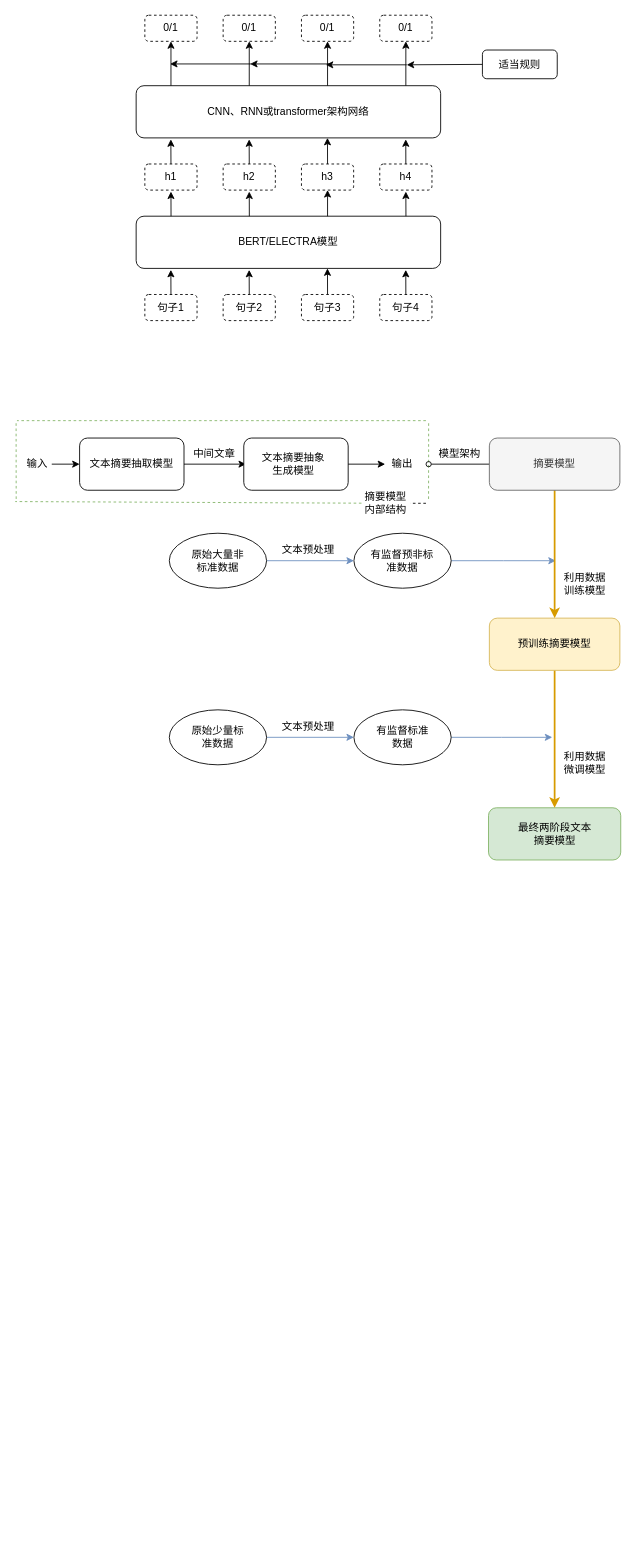
Before: 抽取模型架构.drawio in wan-wer/test, a draw.io diagram. Source tidied: cells renumbered, new cells numbered last; positions are measured from the earlier drawing's top-left corner, leaving out a move shared by most shapes. Both pictures are drawn from the tidied source at 87%, with x=0, y=0 at pixel (15, 15).
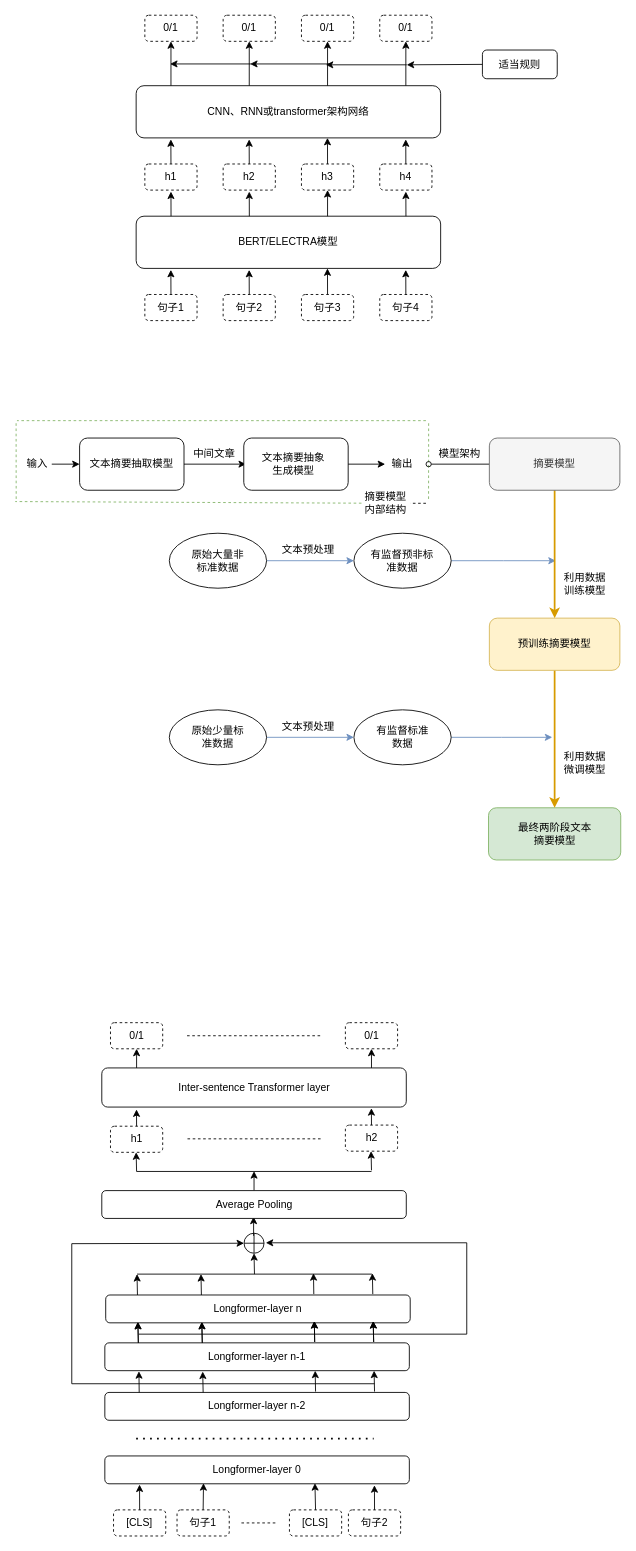
After the change.

Commit message:
更新抽取模型架构.drawio

Diff of the diagram source:
```diff
@@
+    <mxCell id="78" value="Longformer-layer 0" style="rounded=1;whiteSpace=wrap;html=1;" parent="1" vertex="1">
+      <mxGeometry x="103" y="1656" width="350" height="32" as="geometry" />
+    </mxCell>
+    <mxCell id="79" value="Inter-sentence Transformer layer" style="rounded=1;whiteSpace=wrap;html=1;" parent="1" vertex="1">
+      <mxGeometry x="99.5" y="1210" width="350" height="45" as="geometry" />
+    </mxCell>
+    <mxCell id="80" value="[CLS]" style="text;html=1;strokeColor=default;fillColor=none;align=center;verticalAlign=middle;whiteSpace=wrap;rounded=1;dashed=1;" parent="1" vertex="1">
+      <mxGeometry x="113" y="1718" width="60" height="30" as="geometry" />
+    </mxCell>
+    <mxCell id="81" style="endArrow=classic;html=1;rounded=0;exitX=0.5;exitY=0;exitDx=0;exitDy=0;entryX=0.114;entryY=1.028;entryDx=0;entryDy=0;entryPerimeter=0;" parent="1" edge="1" source="80" target="78">
+      <mxGeometry relative="1" as="geometry" />
+    </mxCell>
+    <mxCell id="82" value="句子1" style="text;html=1;strokeColor=default;fillColor=none;align=center;verticalAlign=middle;whiteSpace=wrap;rounded=1;dashed=1;" parent="1" vertex="1">
+      <mxGeometry x="186" y="1718" width="60" height="30" as="geometry" />
+    </mxCell>
+    <mxCell id="83" style="endArrow=classic;html=1;rounded=0;exitX=0.5;exitY=0;exitDx=0;exitDy=0;entryX=0.324;entryY=0.979;entryDx=0;entryDy=0;entryPerimeter=0;" parent="1" edge="1" source="82" target="78">
+      <mxGeometry relative="1" as="geometry" />
+    </mxCell>
+    <mxCell id="84" value="[CLS]" style="text;html=1;strokeColor=default;fillColor=none;align=center;verticalAlign=middle;whiteSpace=wrap;rounded=1;dashed=1;" parent="1" vertex="1">
+      <mxGeometry x="315.2" y="1718" width="60" height="30" as="geometry" />
+    </mxCell>
+    <mxCell id="85" style="endArrow=classic;html=1;rounded=0;exitX=0.5;exitY=0;exitDx=0;exitDy=0;entryX=0.69;entryY=0.979;entryDx=0;entryDy=0;entryPerimeter=0;" parent="1" edge="1" source="84" target="78">
+      <mxGeometry relative="1" as="geometry" />
+    </mxCell>
+    <mxCell id="86" value="句子2" style="text;html=1;strokeColor=default;fillColor=none;align=center;verticalAlign=middle;whiteSpace=wrap;rounded=1;dashed=1;" parent="1" vertex="1">
+      <mxGeometry x="383" y="1718" width="60" height="30" as="geometry" />
+    </mxCell>
+    <mxCell id="87" style="endArrow=classic;html=1;rounded=0;exitX=0.5;exitY=0;exitDx=0;exitDy=0;entryX=0.114;entryY=1.028;entryDx=0;entryDy=0;entryPerimeter=0;" parent="1" edge="1" source="86">
+      <mxGeometry relative="1" as="geometry">
+        <mxPoint x="412.9" y="1689.7" as="targetPoint" />
+      </mxGeometry>
+    </mxCell>
+    <mxCell id="88" value="h1" style="text;html=1;strokeColor=default;fillColor=none;align=center;verticalAlign=middle;whiteSpace=wrap;rounded=1;dashed=1;" parent="1" vertex="1">
+      <mxGeometry x="109.5" y="1277" width="60" height="30" as="geometry" />
+    </mxCell>
+    <mxCell id="89" style="endArrow=classic;html=1;rounded=0;exitX=0.5;exitY=0;exitDx=0;exitDy=0;entryX=0.114;entryY=1.028;entryDx=0;entryDy=0;entryPerimeter=0;" parent="1" edge="1" source="88">
+      <mxGeometry relative="1" as="geometry">
+        <mxPoint x="139.4" y="1257.7" as="targetPoint" />
+      </mxGeometry>
+    </mxCell>
+    <mxCell id="90" style="endArrow=classic;html=1;rounded=0;entryX=0.114;entryY=1.028;entryDx=0;entryDy=0;entryPerimeter=0;" parent="1" edge="1">
+      <mxGeometry relative="1" as="geometry">
+        <mxPoint x="139.5" y="1329" as="sourcePoint" />
+        <mxPoint x="139" y="1307" as="targetPoint" />
+      </mxGeometry>
+    </mxCell>
+    <mxCell id="91" value="0/1" style="text;html=1;strokeColor=default;fillColor=none;align=center;verticalAlign=middle;whiteSpace=wrap;rounded=1;dashed=1;" parent="1" vertex="1">
+      <mxGeometry x="109.5" y="1158" width="60" height="30" as="geometry" />
+    </mxCell>
+    <mxCell id="92" value="0/1" style="text;html=1;strokeColor=default;fillColor=none;align=center;verticalAlign=middle;whiteSpace=wrap;rounded=1;dashed=1;" parent="1" vertex="1">
+      <mxGeometry x="379.5" y="1158" width="60" height="30" as="geometry" />
+    </mxCell>
+    <mxCell id="93" style="endArrow=classic;html=1;rounded=0;exitX=0.5;exitY=0;exitDx=0;exitDy=0;entryX=0.5;entryY=1;entryDx=0;entryDy=0;" parent="1" edge="1" target="91">
+      <mxGeometry relative="1" as="geometry">
+        <mxPoint x="139.5" y="1210" as="sourcePoint" />
+      </mxGeometry>
+    </mxCell>
+    <mxCell id="94" style="endArrow=classic;html=1;rounded=0;exitX=0.5;exitY=0;exitDx=0;exitDy=0;entryX=0.5;entryY=1;entryDx=0;entryDy=0;" parent="1" edge="1" target="92">
+      <mxGeometry relative="1" as="geometry">
+        <mxPoint x="409.5" y="1210" as="sourcePoint" />
+      </mxGeometry>
+    </mxCell>
+    <mxCell id="95" style="endArrow=none;dashed=1;html=1;rounded=0;" parent="1" edge="1">
+      <mxGeometry relative="1" as="geometry">
+        <mxPoint x="260" y="1733" as="sourcePoint" />
+        <mxPoint x="299" y="1733" as="targetPoint" />
+      </mxGeometry>
+    </mxCell>
+    <mxCell id="96" value="Longformer-layer n-2" style="rounded=1;whiteSpace=wrap;html=1;" parent="1" vertex="1">
+      <mxGeometry x="103" y="1583" width="350" height="32" as="geometry" />
+    </mxCell>
+    <mxCell id="97" value="Longformer-layer n-1" style="rounded=1;whiteSpace=wrap;html=1;" parent="1" vertex="1">
+      <mxGeometry x="103" y="1526" width="350" height="32" as="geometry" />
+    </mxCell>
+    <mxCell id="98" value="Longformer-layer n" style="rounded=1;whiteSpace=wrap;html=1;" parent="1" vertex="1">
+      <mxGeometry x="104" y="1471" width="350" height="32" as="geometry" />
+    </mxCell>
+    <mxCell id="99" style="endArrow=none;dashed=1;html=1;dashPattern=1 3;strokeWidth=2;rounded=0;" parent="1" edge="1">
+      <mxGeometry relative="1" as="geometry">
+        <mxPoint x="139" y="1636" as="sourcePoint" />
+        <mxPoint x="412" y="1636" as="targetPoint" />
+      </mxGeometry>
+    </mxCell>
+    <mxCell id="100" style="endArrow=classic;html=1;rounded=0;exitX=0.5;exitY=0;exitDx=0;exitDy=0;entryX=0.112;entryY=1.021;entryDx=0;entryDy=0;entryPerimeter=0;" parent="1" edge="1" target="97">
+      <mxGeometry relative="1" as="geometry">
+        <mxPoint x="142.5" y="1583" as="sourcePoint" />
+      </mxGeometry>
+    </mxCell>
+    <mxCell id="101" style="endArrow=classic;html=1;rounded=0;exitX=0.5;exitY=0;exitDx=0;exitDy=0;entryX=0.112;entryY=1.021;entryDx=0;entryDy=0;entryPerimeter=0;" parent="1" edge="1">
+      <mxGeometry relative="1" as="geometry">
+        <mxPoint x="216" y="1583" as="sourcePoint" />
+        <mxPoint x="215.5" y="1559" as="targetPoint" />
+      </mxGeometry>
+    </mxCell>
+    <mxCell id="102" style="endArrow=classic;html=1;rounded=0;exitX=0.5;exitY=0;exitDx=0;exitDy=0;entryX=0.112;entryY=1.021;entryDx=0;entryDy=0;entryPerimeter=0;" parent="1" edge="1">
+      <mxGeometry relative="1" as="geometry">
+        <mxPoint x="345.2" y="1582" as="sourcePoint" />
+        <mxPoint x="344.8" y="1558" as="targetPoint" />
+      </mxGeometry>
+    </mxCell>
+    <mxCell id="103" style="endArrow=classic;html=1;rounded=0;exitX=0.5;exitY=0;exitDx=0;exitDy=0;entryX=0.112;entryY=1.021;entryDx=0;entryDy=0;entryPerimeter=0;" parent="1" edge="1">
+      <mxGeometry relative="1" as="geometry">
+        <mxPoint x="413" y="1582" as="sourcePoint" />
+        <mxPoint x="412.5" y="1558" as="targetPoint" />
+      </mxGeometry>
+    </mxCell>
+    <mxCell id="104" style="endArrow=classic;html=1;rounded=0;exitX=0.5;exitY=0;exitDx=0;exitDy=0;entryX=0.112;entryY=1.021;entryDx=0;entryDy=0;entryPerimeter=0;" parent="1" edge="1">
+      <mxGeometry relative="1" as="geometry">
+        <mxPoint x="141.5" y="1526" as="sourcePoint" />
+        <mxPoint x="141" y="1502" as="targetPoint" />
+      </mxGeometry>
+    </mxCell>
+    <mxCell id="105" style="endArrow=classic;html=1;rounded=0;exitX=0.5;exitY=0;exitDx=0;exitDy=0;entryX=0.112;entryY=1.021;entryDx=0;entryDy=0;entryPerimeter=0;" parent="1" edge="1">
+      <mxGeometry relative="1" as="geometry">
+        <mxPoint x="215" y="1526" as="sourcePoint" />
+        <mxPoint x="214.5" y="1502" as="targetPoint" />
+      </mxGeometry>
+    </mxCell>
+    <mxCell id="106" style="endArrow=classic;html=1;rounded=0;exitX=0.5;exitY=0;exitDx=0;exitDy=0;entryX=0.112;entryY=1.021;entryDx=0;entryDy=0;entryPerimeter=0;" parent="1" edge="1">
+      <mxGeometry relative="1" as="geometry">
+        <mxPoint x="344.2" y="1525" as="sourcePoint" />
+        <mxPoint x="343.8" y="1501" as="targetPoint" />
+      </mxGeometry>
+    </mxCell>
+    <mxCell id="107" style="endArrow=classic;html=1;rounded=0;exitX=0.5;exitY=0;exitDx=0;exitDy=0;entryX=0.112;entryY=1.021;entryDx=0;entryDy=0;entryPerimeter=0;" parent="1" edge="1">
+      <mxGeometry relative="1" as="geometry">
+        <mxPoint x="412" y="1525" as="sourcePoint" />
+        <mxPoint x="411.5" y="1501" as="targetPoint" />
+      </mxGeometry>
+    </mxCell>
+    <mxCell id="108" style="endArrow=classic;html=1;rounded=0;exitX=0.5;exitY=0;exitDx=0;exitDy=0;entryX=0.112;entryY=1.021;entryDx=0;entryDy=0;entryPerimeter=0;" parent="1" edge="1">
+      <mxGeometry relative="1" as="geometry">
+        <mxPoint x="141.5" y="1526" as="sourcePoint" />
+        <mxPoint x="141" y="1502" as="targetPoint" />
+      </mxGeometry>
+    </mxCell>
+    <mxCell id="109" style="endArrow=classic;html=1;rounded=0;exitX=0.5;exitY=0;exitDx=0;exitDy=0;entryX=0.112;entryY=1.021;entryDx=0;entryDy=0;entryPerimeter=0;" parent="1" edge="1">
+      <mxGeometry relative="1" as="geometry">
+        <mxPoint x="215" y="1526" as="sourcePoint" />
+        <mxPoint x="214.5" y="1502" as="targetPoint" />
+      </mxGeometry>
+    </mxCell>
+    <mxCell id="110" style="endArrow=classic;html=1;rounded=0;exitX=0.5;exitY=0;exitDx=0;exitDy=0;entryX=0.112;entryY=1.021;entryDx=0;entryDy=0;entryPerimeter=0;" parent="1" edge="1">
+      <mxGeometry relative="1" as="geometry">
+        <mxPoint x="344.2" y="1525" as="sourcePoint" />
+        <mxPoint x="343.8" y="1501" as="targetPoint" />
+      </mxGeometry>
+    </mxCell>
+    <mxCell id="111" style="endArrow=classic;html=1;rounded=0;exitX=0.5;exitY=0;exitDx=0;exitDy=0;entryX=0.112;entryY=1.021;entryDx=0;entryDy=0;entryPerimeter=0;" parent="1" edge="1">
+      <mxGeometry relative="1" as="geometry">
+        <mxPoint x="412" y="1525" as="sourcePoint" />
+        <mxPoint x="411.5" y="1501" as="targetPoint" />
+      </mxGeometry>
+    </mxCell>
+    <mxCell id="112" style="endArrow=classic;html=1;rounded=0;exitX=0.5;exitY=0;exitDx=0;exitDy=0;entryX=0.112;entryY=1.021;entryDx=0;entryDy=0;entryPerimeter=0;" parent="1" edge="1">
+      <mxGeometry relative="1" as="geometry">
+        <mxPoint x="140.5" y="1471" as="sourcePoint" />
+        <mxPoint x="140" y="1447" as="targetPoint" />
+      </mxGeometry>
+    </mxCell>
+    <mxCell id="113" style="endArrow=classic;html=1;rounded=0;exitX=0.5;exitY=0;exitDx=0;exitDy=0;entryX=0.112;entryY=1.021;entryDx=0;entryDy=0;entryPerimeter=0;" parent="1" edge="1">
+      <mxGeometry relative="1" as="geometry">
+        <mxPoint x="214" y="1471" as="sourcePoint" />
+        <mxPoint x="213.5" y="1447" as="targetPoint" />
+      </mxGeometry>
+    </mxCell>
+    <mxCell id="114" style="endArrow=classic;html=1;rounded=0;exitX=0.5;exitY=0;exitDx=0;exitDy=0;entryX=0.112;entryY=1.021;entryDx=0;entryDy=0;entryPerimeter=0;" parent="1" edge="1">
+      <mxGeometry relative="1" as="geometry">
+        <mxPoint x="343.2" y="1470" as="sourcePoint" />
+        <mxPoint x="342.8" y="1446" as="targetPoint" />
+      </mxGeometry>
+    </mxCell>
+    <mxCell id="115" style="endArrow=classic;html=1;rounded=0;exitX=0.5;exitY=0;exitDx=0;exitDy=0;entryX=0.112;entryY=1.021;entryDx=0;entryDy=0;entryPerimeter=0;" parent="1" edge="1">
+      <mxGeometry relative="1" as="geometry">
+        <mxPoint x="411" y="1470" as="sourcePoint" />
+        <mxPoint x="410.5" y="1446" as="targetPoint" />
+      </mxGeometry>
+    </mxCell>
+    <mxCell id="116" style="shape=orEllipse;perimeter=ellipsePerimeter;whiteSpace=wrap;html=1;backgroundOutline=1;" parent="1" vertex="1">
+      <mxGeometry x="263" y="1400" width="23" height="23" as="geometry" />
+    </mxCell>
+    <mxCell id="117" style="endArrow=none;html=1;rounded=0;" parent="1" edge="1">
+      <mxGeometry relative="1" as="geometry">
+        <mxPoint x="140" y="1447" as="sourcePoint" />
+        <mxPoint x="410" y="1447" as="targetPoint" />
+      </mxGeometry>
+    </mxCell>
+    <mxCell id="118" style="endArrow=classic;html=1;rounded=0;entryX=0.5;entryY=1;entryDx=0;entryDy=0;" parent="1" edge="1" target="116">
+      <mxGeometry relative="1" as="geometry">
+        <mxPoint x="275" y="1447" as="sourcePoint" />
+      </mxGeometry>
+    </mxCell>
+    <mxCell id="119" style="endArrow=classic;html=1;rounded=0;entryX=0;entryY=0.5;entryDx=0;entryDy=0;" parent="1" edge="1" target="116">
+      <mxGeometry relative="1" as="geometry">
+        <mxPoint x="413" y="1573" as="sourcePoint" />
+        <Array as="points">
+          <mxPoint x="65" y="1573" />
+          <mxPoint x="65" y="1412" />
+        </Array>
+      </mxGeometry>
+    </mxCell>
+    <mxCell id="120" style="endArrow=classic;html=1;rounded=0;" parent="1" edge="1">
+      <mxGeometry relative="1" as="geometry">
+        <mxPoint x="142" y="1516" as="sourcePoint" />
+        <mxPoint x="288" y="1411" as="targetPoint" />
+        <Array as="points">
+          <mxPoint x="519" y="1516" />
+          <mxPoint x="519" y="1411" />
+        </Array>
+      </mxGeometry>
+    </mxCell>
+    <mxCell id="121" style="endArrow=none;dashed=1;html=1;rounded=0;" parent="1" edge="1">
+      <mxGeometry relative="1" as="geometry">
+        <mxPoint x="197.5" y="1173" as="sourcePoint" />
+        <mxPoint x="350.5" y="1173" as="targetPoint" />
+      </mxGeometry>
+    </mxCell>
+    <mxCell id="122" style="endArrow=none;html=1;rounded=0;" parent="1" edge="1">
+      <mxGeometry relative="1" as="geometry">
+        <mxPoint x="139.5" y="1329" as="sourcePoint" />
+        <mxPoint x="409.5" y="1329" as="targetPoint" />
+      </mxGeometry>
+    </mxCell>
+    <mxCell id="123" value="h2" style="text;html=1;strokeColor=default;fillColor=none;align=center;verticalAlign=middle;whiteSpace=wrap;rounded=1;dashed=1;" parent="1" vertex="1">
+      <mxGeometry x="379.5" y="1275.7" width="60" height="30" as="geometry" />
+    </mxCell>
+    <mxCell id="124" style="endArrow=classic;html=1;rounded=0;exitX=0.5;exitY=0;exitDx=0;exitDy=0;entryX=0.114;entryY=1.028;entryDx=0;entryDy=0;entryPerimeter=0;" parent="1" edge="1" source="123">
+      <mxGeometry relative="1" as="geometry">
+        <mxPoint x="409.4" y="1256.3" as="targetPoint" />
+      </mxGeometry>
+    </mxCell>
+    <mxCell id="125" style="endArrow=classic;html=1;rounded=0;entryX=0.114;entryY=1.028;entryDx=0;entryDy=0;entryPerimeter=0;" parent="1" edge="1">
+      <mxGeometry relative="1" as="geometry">
+        <mxPoint x="409.5" y="1327.7" as="sourcePoint" />
+        <mxPoint x="409" y="1305.7" as="targetPoint" />
+      </mxGeometry>
+    </mxCell>
+    <mxCell id="126" style="endArrow=none;dashed=1;html=1;rounded=0;" parent="1" edge="1">
+      <mxGeometry relative="1" as="geometry">
+        <mxPoint x="198" y="1291.5" as="sourcePoint" />
+        <mxPoint x="351" y="1291.5" as="targetPoint" />
+      </mxGeometry>
+    </mxCell>
+    <mxCell id="127" style="endArrow=classic;html=1;rounded=0;" parent="1" edge="1">
+      <mxGeometry relative="1" as="geometry">
+        <mxPoint x="274" y="1403" as="sourcePoint" />
+        <mxPoint x="274" y="1381" as="targetPoint" />
+      </mxGeometry>
+    </mxCell>
+    <mxCell id="128" style="edgeStyle=orthogonalEdgeStyle;rounded=0;jettySize=auto;html=1;" parent="1" edge="1" source="129">
+      <mxGeometry relative="1" as="geometry">
+        <mxPoint x="274.5" y="1328.7" as="targetPoint" />
+      </mxGeometry>
+    </mxCell>
+    <mxCell id="129" value="Average Pooling" style="rounded=1;whiteSpace=wrap;html=1;" parent="1" vertex="1">
+      <mxGeometry x="99.5" y="1351" width="350" height="32" as="geometry" />
+    </mxCell>
```
